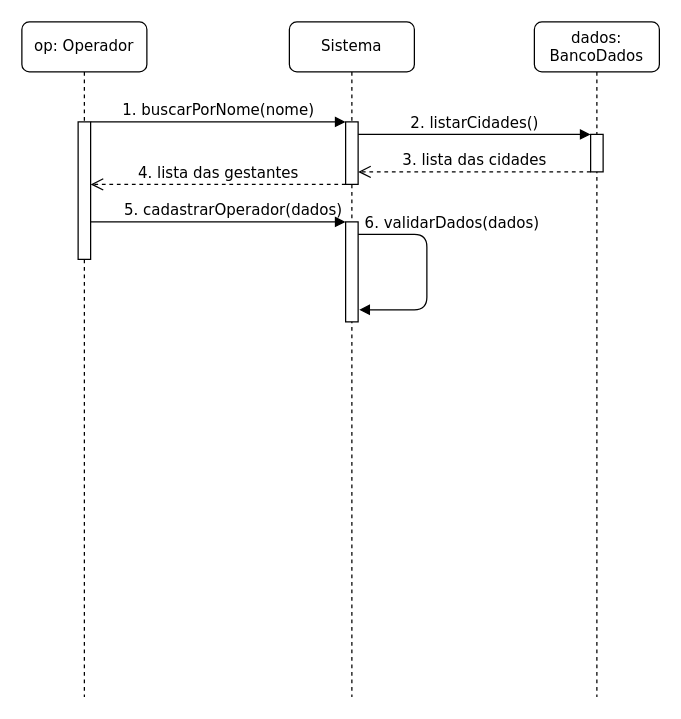
Above: page "Consultar Histórico Gestante" (2 of 6) of diagrama de sequencia do sistema.drawio in LuizGustavoNascimeto/draw.io (draw.io), before the change. Source tidied: cells renumbered, new cells numbered last; positions are measured from the earlier drawing's top-left corner, leaving out a move shared by most shapes. Both pictures are drawn from the tidied source at 125%, with x=0, y=0 at pixel (21, 21).
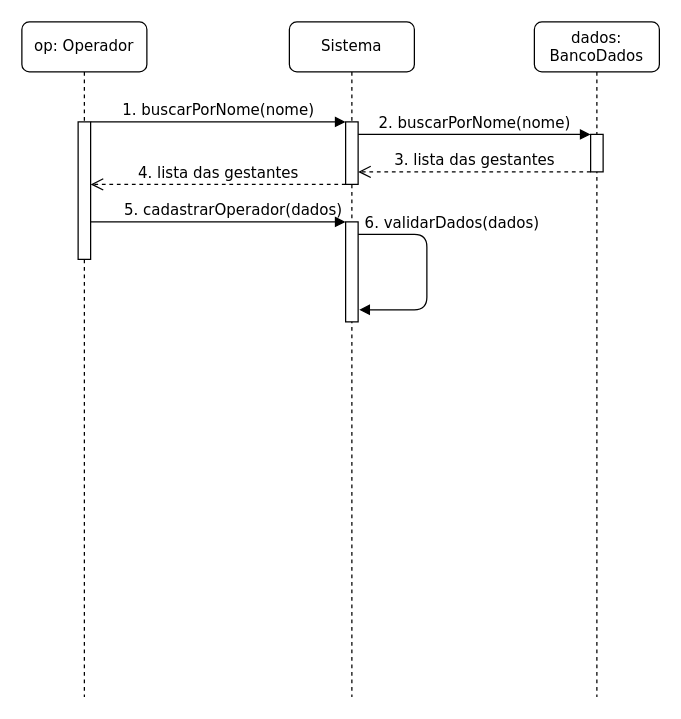
Above is the later version.

The change refers to these unchanged cells:
```xml
<mxCell id="7" style="html=1;points=[];perimeter=orthogonalPerimeter;rounded=0;shadow=0;comic=0;labelBackgroundColor=none;strokeWidth=1;fontFamily=Verdana;fontSize=12;align=center;" parent="6" vertex="1">
  <mxGeometry x="45" y="80" width="10" height="50" as="geometry" />
</mxCell>
<mxCell id="11" style="html=1;points=[];perimeter=orthogonalPerimeter;rounded=0;shadow=0;comic=0;labelBackgroundColor=none;strokeWidth=1;fontFamily=Verdana;fontSize=12;align=center;" parent="10" vertex="1">
  <mxGeometry x="45" y="90" width="10" height="30" as="geometry" />
</mxCell>
```

The edit, as a diff of the source:
```diff
@@
-    <mxCell id="12" value="&lt;div&gt;2. listarCidades()&lt;br&gt;&lt;/div&gt;" style="html=1;verticalAlign=bottom;endArrow=block;labelBackgroundColor=none;fontFamily=Verdana;fontSize=12;edgeStyle=elbowEdgeStyle;elbow=vertical;" parent="1" edge="1" source="7" target="11">
+    <mxCell id="12" value="&lt;div&gt;2. buscarPorNome(nome)&lt;br&gt;&lt;/div&gt;" style="html=1;verticalAlign=bottom;endArrow=block;labelBackgroundColor=none;fontFamily=Verdana;fontSize=12;edgeStyle=elbowEdgeStyle;elbow=vertical;" parent="1" edge="1" source="7" target="11">
       <mxGeometry relative="1" as="geometry">
         <Array as="points">
           <mxPoint x="360" y="90" />
         </Array>
       </mxGeometry>
     </mxCell>
-    <mxCell id="13" value="3. lista das cidades" style="html=1;verticalAlign=bottom;endArrow=open;dashed=1;endSize=8;labelBackgroundColor=none;fontFamily=Verdana;fontSize=12;edgeStyle=elbowEdgeStyle;elbow=vertical;" parent="1" edge="1" source="11" target="7">
+    <mxCell id="13" value="3. lista das gestantes" style="html=1;verticalAlign=bottom;endArrow=open;dashed=1;endSize=8;labelBackgroundColor=none;fontFamily=Verdana;fontSize=12;edgeStyle=elbowEdgeStyle;elbow=vertical;" parent="1" edge="1" source="11" target="7">
       <mxGeometry relative="1" as="geometry">
         <Array as="points">
           <mxPoint x="320" y="120" />
         </Array>
       </mxGeometry>
     </mxCell>
```
